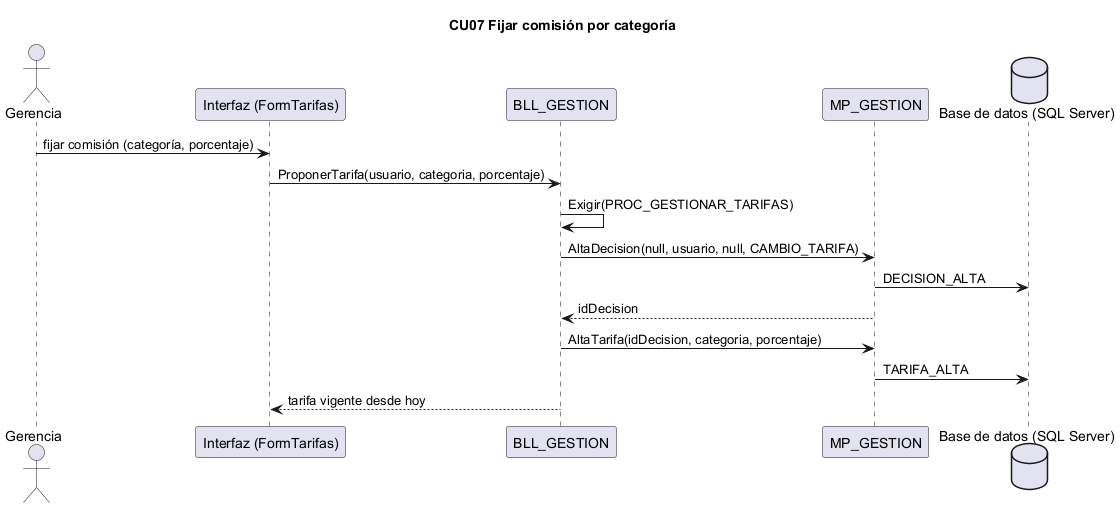
The PlantUML diagram docs/diagramas/secuencias_png/CU07.png in L-Muniz/uai-diploma_2026, before a commit.
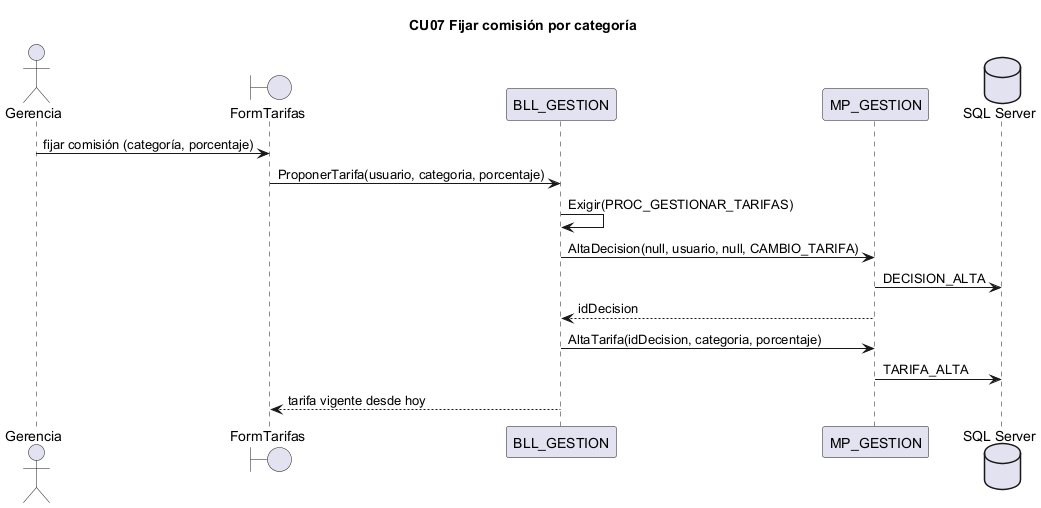
Above is the later version.

What changed in the source:
```diff
@@ -1,10 +1,10 @@
 @startuml CU07
 title CU07 Fijar comisión por categoría
 actor Gerencia
-participant "Interfaz (FormTarifas)" as IU
+boundary "FormTarifas" as IU
 participant "BLL_GESTION" as BLL
 participant "MP_GESTION" as DAL
-database "Base de datos (SQL Server)" as BD
+database "SQL Server" as BD
 Gerencia -> IU : fijar comisión (categoría, porcentaje)
 IU -> BLL : ProponerTarifa(usuario, categoria, porcentaje)
 BLL -> BLL : Exigir(PROC_GESTIONAR_TARIFAS)
```
